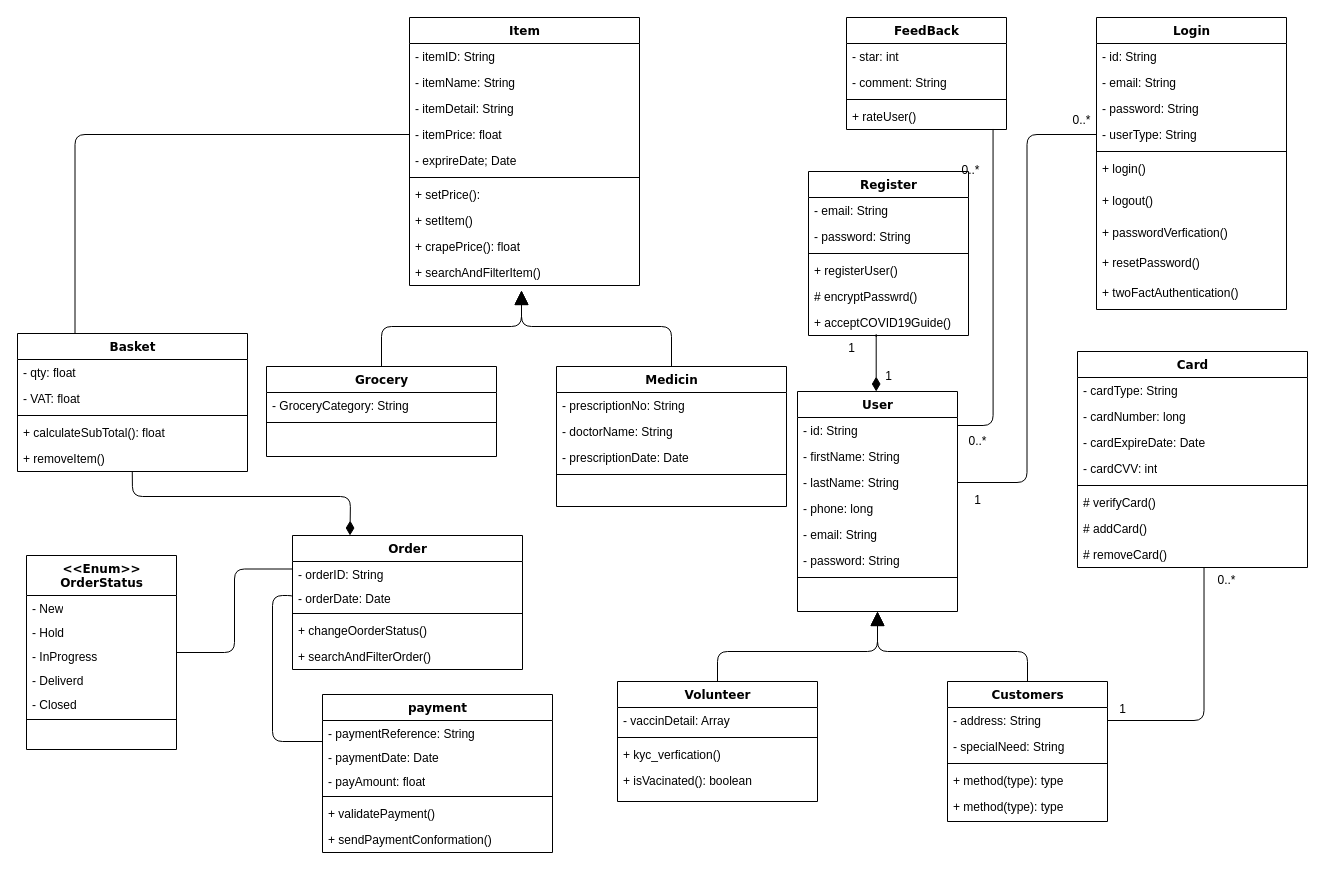
This is Soft40091 CWK - Class Diagram.drawio from AnjeloM/AnjeloM, a draw.io file, before an edit. Source tidied: cells renumbered, new cells numbered last; positions are measured from the earlier drawing's top-left corner, leaving out a move shared by most shapes. Both pictures are drawn from the tidied source at 100%, with x=0, y=0 at pixel (17, 17).
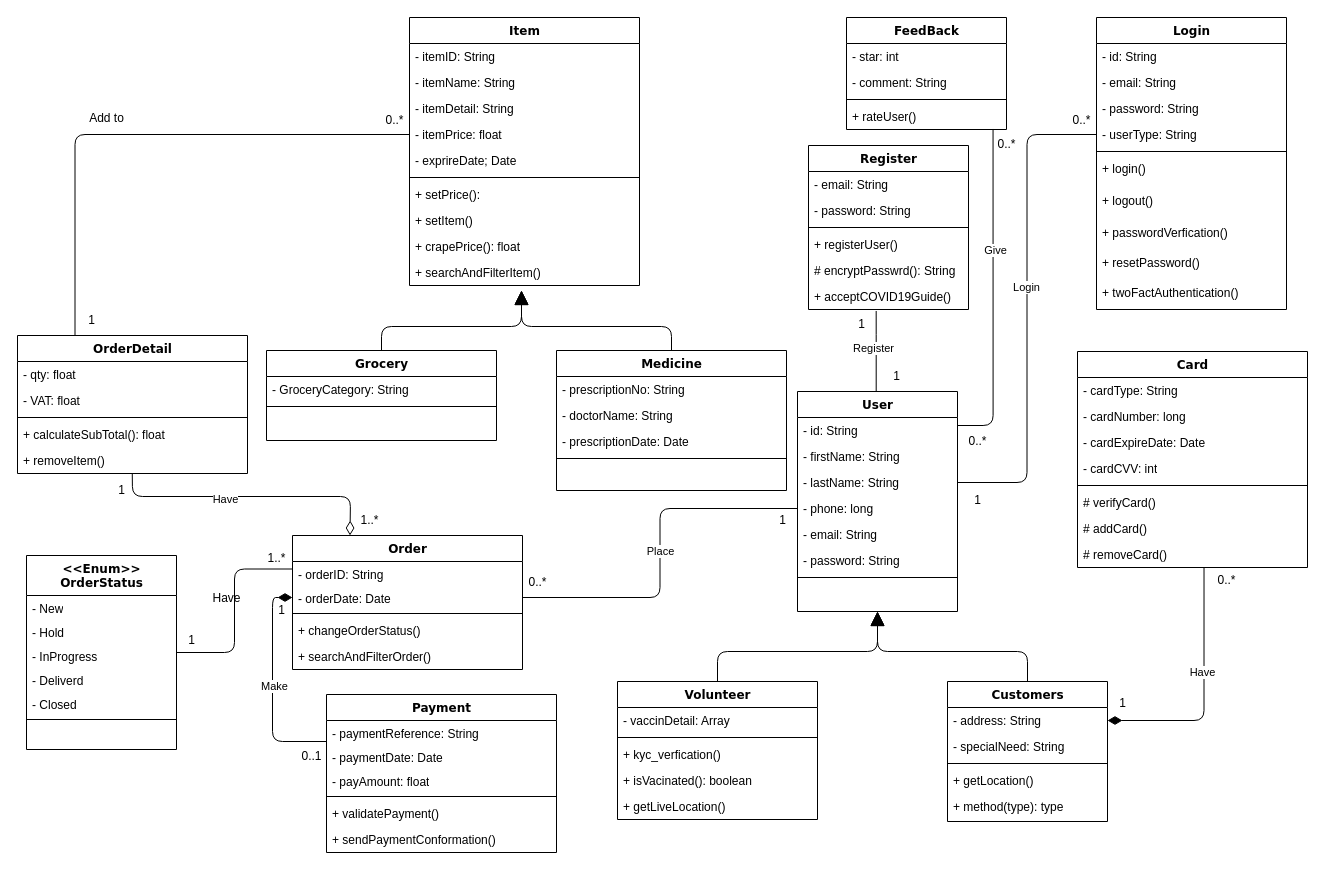
The same diagram, later.

The change refers to these unchanged cells:
```xml
<mxCell id="2" value="User" style="swimlane;html=1;fontStyle=1;align=center;verticalAlign=top;horizontal=1;startSize=26;swimlaneFillColor=#ffffff;rounded=0;shadow=0;comic=0;labelBackgroundColor=none;strokeWidth=1;fillColor=none;fontFamily=Verdana;fontSize=12;" parent="1" vertex="1">
  <mxGeometry x="780" y="374" width="160" height="220" as="geometry" />
</mxCell>
<mxCell id="6" value="- phone: long" style="text;html=1;strokeColor=none;fillColor=none;align=left;verticalAlign=top;spacingLeft=4;spacingRight=4;whiteSpace=wrap;overflow=hidden;points=[[0,0.5],[1,0.5]];portConstraint=eastwest;" parent="2" vertex="1">
  <mxGeometry y="104" width="160" height="26" as="geometry" />
</mxCell>
<mxCell id="11" value="Customers" style="swimlane;html=1;fontStyle=1;align=center;verticalAlign=top;horizontal=1;startSize=26;swimlaneFillColor=#ffffff;rounded=0;shadow=0;comic=0;labelBackgroundColor=none;strokeWidth=1;fillColor=none;fontFamily=Verdana;fontSize=12;" parent="1" vertex="1">
  <mxGeometry x="930" y="664" width="160" height="140" as="geometry" />
</mxCell>
<mxCell id="12" value="- address: String" style="text;html=1;strokeColor=none;fillColor=none;align=left;verticalAlign=top;spacingLeft=4;spacingRight=4;whiteSpace=wrap;overflow=hidden;points=[[0,0.5],[1,0.5]];portConstraint=eastwest;" parent="11" vertex="1">
  <mxGeometry y="26" width="160" height="26" as="geometry" />
</mxCell>
<mxCell id="49" value="+ acceptCOVID19Guide()" style="text;html=1;strokeColor=none;fillColor=none;align=left;verticalAlign=top;spacingLeft=4;spacingRight=4;whiteSpace=wrap;overflow=hidden;points=[[0,0.5],[1,0.5]];portConstraint=eastwest;" parent="43" vertex="1">
  <mxGeometry y="138" width="160" height="26" as="geometry" />
</mxCell>
<mxCell id="79" value="+ removeItem()" style="text;html=1;strokeColor=none;fillColor=none;align=left;verticalAlign=top;spacingLeft=4;spacingRight=4;whiteSpace=wrap;overflow=hidden;points=[[0,0.5],[1,0.5]];portConstraint=eastwest;" parent="74" vertex="1">
  <mxGeometry y="112" width="230" height="26" as="geometry" />
</mxCell>
<mxCell id="80" value="Order" style="swimlane;html=1;fontStyle=1;align=center;verticalAlign=top;horizontal=1;startSize=26;swimlaneFillColor=#ffffff;rounded=0;shadow=0;comic=0;labelBackgroundColor=none;strokeWidth=1;fillColor=none;fontFamily=Verdana;fontSize=12;" parent="1" vertex="1">
  <mxGeometry x="275" y="518" width="230" height="134" as="geometry" />
</mxCell>
<mxCell id="82" value="- orderDate: Date" style="text;html=1;strokeColor=none;fillColor=none;align=left;verticalAlign=top;spacingLeft=4;spacingRight=4;whiteSpace=wrap;overflow=hidden;points=[[0,0.5],[1,0.5]];portConstraint=eastwest;" parent="80" vertex="1">
  <mxGeometry y="50" width="230" height="24" as="geometry" />
</mxCell>
<mxCell id="109" style="edgeStyle=orthogonalEdgeStyle;rounded=1;jettySize=auto;html=1;entryX=1;entryY=0.5;entryDx=0;entryDy=0;endArrow=none;endFill=0;curved=0;" parent="1" edge="1" source="21" target="5">
  <mxGeometry relative="1" as="geometry" />
</mxCell>
<mxCell id="110" style="edgeStyle=orthogonalEdgeStyle;rounded=1;jettySize=auto;html=1;entryX=0.916;entryY=0.98;entryDx=0;entryDy=0;entryPerimeter=0;endArrow=none;endFill=0;curved=0;" parent="1" edge="1" source="2" target="108">
  <mxGeometry relative="1" as="geometry">
    <Array as="points">
      <mxPoint x="976" y="408" />
    </Array>
  </mxGeometry>
</mxCell>
<mxCell id="120" value="0..*" style="text;html=1;align=center;verticalAlign=middle;points=[];strokeColor=none;fillColor=none;" parent="1" vertex="1">
  <mxGeometry x="1189" y="548" width="40" height="30" as="geometry" />
</mxCell>
```

What changed in the source:
```diff
@@
-    <mxCell id="15" value="+ method(type): type" style="text;html=1;strokeColor=none;fillColor=none;align=left;verticalAlign=top;spacingLeft=4;spacingRight=4;whiteSpace=wrap;overflow=hidden;" parent="11" vertex="1">
+    <mxCell id="15" value="+ getLocation()" style="text;html=1;strokeColor=none;fillColor=none;align=left;verticalAlign=top;spacingLeft=4;spacingRight=4;whiteSpace=wrap;overflow=hidden;" parent="11" vertex="1">
       <mxGeometry y="86" width="160" height="26" as="geometry" />
     </mxCell>
@@
     <mxCell id="29" value="Volunteer" style="swimlane;html=1;fontStyle=1;align=center;verticalAlign=top;horizontal=1;startSize=26;swimlaneFillColor=#ffffff;rounded=0;shadow=0;comic=0;labelBackgroundColor=none;strokeWidth=1;fillColor=none;fontFamily=Verdana;fontSize=12;" parent="1" vertex="1">
-      <mxGeometry x="600" y="664" width="200" height="120" as="geometry" />
+      <mxGeometry x="600" y="664" width="200" height="138" as="geometry" />
     </mxCell>
@@
+    <mxCell id="121" value="+ getLiveLocation()" style="text;html=1;strokeColor=none;fillColor=none;align=left;verticalAlign=top;spacingLeft=4;spacingRight=4;whiteSpace=wrap;overflow=hidden;" parent="29" vertex="1">
+      <mxGeometry y="112" width="200" height="26" as="geometry" />
+    </mxCell>
@@
     <mxCell id="43" value="Register" style="swimlane;html=1;fontStyle=1;align=center;verticalAlign=top;horizontal=1;startSize=26;swimlaneFillColor=#ffffff;rounded=0;shadow=0;comic=0;labelBackgroundColor=none;strokeWidth=1;fillColor=none;fontFamily=Verdana;fontSize=12;" parent="1" vertex="1">
-      <mxGeometry x="791" y="154" width="160" height="164" as="geometry" />
+      <mxGeometry x="791" y="128" width="160" height="164" as="geometry" />
     </mxCell>
@@
-    <mxCell id="48" value="# encryptPasswrd()" style="text;html=1;strokeColor=none;fillColor=none;align=left;verticalAlign=top;spacingLeft=4;spacingRight=4;whiteSpace=wrap;overflow=hidden;" parent="43" vertex="1">
+    <mxCell id="48" value="# encryptPasswrd(): String" style="text;html=1;strokeColor=none;fillColor=none;align=left;verticalAlign=top;spacingLeft=4;spacingRight=4;whiteSpace=wrap;overflow=hidden;" parent="43" vertex="1">
       <mxGeometry y="112" width="160" height="26" as="geometry" />
     </mxCell>
@@
-    <mxCell id="50" style="edgeStyle=orthogonalEdgeStyle;rounded=1;jettySize=auto;html=1;endArrow=none;endFill=0;startSize=12;endSize=12;startArrow=none;startFill=0;curved=0;entryX=-0.062;entryY=0.073;entryDx=0;entryDy=0;entryPerimeter=0;" parent="1" edge="1" source="12" target="120">
+    <mxCell id="50" style="edgeStyle=orthogonalEdgeStyle;rounded=1;jettySize=auto;html=1;endArrow=none;endFill=0;startSize=12;endSize=12;startArrow=diamondThin;startFill=1;curved=0;entryX=-0.062;entryY=0.073;entryDx=0;entryDy=0;entryPerimeter=0;" parent="1" edge="1" source="12" target="120">
       <mxGeometry relative="1" as="geometry">
         <Array as="points">
           <mxPoint x="1187" y="703" />
         </Array>
       </mxGeometry>
     </mxCell>
+    <mxCell id="122" value="Have" style="edgeLabel;html=1;align=center;verticalAlign=middle;" parent="50" vertex="1">
+      <mxGeometry x="0.16" y="2" relative="1" as="geometry" />
+    </mxCell>
@@
-    <mxCell id="63" value="Medicin" style="swimlane;html=1;fontStyle=1;align=center;verticalAlign=top;horizontal=1;startSize=26;swimlaneFillColor=#ffffff;rounded=0;shadow=0;comic=0;labelBackgroundColor=none;strokeWidth=1;fillColor=none;fontFamily=Verdana;fontSize=12;" parent="1" vertex="1">
-      <mxGeometry x="539" y="349" width="230" height="140" as="geometry" />
+    <mxCell id="63" value="Medicine" style="swimlane;html=1;fontStyle=1;align=center;verticalAlign=top;horizontal=1;startSize=26;swimlaneFillColor=#ffffff;rounded=0;shadow=0;comic=0;labelBackgroundColor=none;strokeWidth=1;fillColor=none;fontFamily=Verdana;fontSize=12;" parent="1" vertex="1">
+      <mxGeometry x="539" y="333" width="230" height="140" as="geometry" />
     </mxCell>
@@
     <mxCell id="69" value="Grocery" style="swimlane;html=1;fontStyle=1;align=center;verticalAlign=top;horizontal=1;startSize=26;swimlaneFillColor=#ffffff;rounded=0;shadow=0;comic=0;labelBackgroundColor=none;strokeWidth=1;fillColor=none;fontFamily=Verdana;fontSize=12;" parent="1" vertex="1">
-      <mxGeometry x="249" y="349" width="230" height="90" as="geometry" />
+      <mxGeometry x="249" y="333" width="230" height="90" as="geometry" />
     </mxCell>
@@
-    <mxCell id="74" value="Basket" style="swimlane;html=1;fontStyle=1;align=center;verticalAlign=top;horizontal=1;startSize=26;swimlaneFillColor=#ffffff;rounded=0;shadow=0;comic=0;labelBackgroundColor=none;strokeWidth=1;fillColor=none;fontFamily=Verdana;fontSize=12;" parent="1" vertex="1">
-      <mxGeometry y="316" width="230" height="138" as="geometry" />
+    <mxCell id="74" value="OrderDetail" style="swimlane;html=1;fontStyle=1;align=center;verticalAlign=top;horizontal=1;startSize=26;swimlaneFillColor=#ffffff;rounded=0;shadow=0;comic=0;labelBackgroundColor=none;strokeWidth=1;fillColor=none;fontFamily=Verdana;fontSize=12;" parent="1" vertex="1">
+      <mxGeometry y="318" width="230" height="138" as="geometry" />
     </mxCell>
@@
-    <mxCell id="84" value="+ changeOorderStatus()" style="text;html=1;strokeColor=none;fillColor=none;align=left;verticalAlign=top;spacingLeft=4;spacingRight=4;whiteSpace=wrap;overflow=hidden;" parent="80" vertex="1">
+    <mxCell id="84" value="+ changeOrderStatus()" style="text;html=1;strokeColor=none;fillColor=none;align=left;verticalAlign=top;spacingLeft=4;spacingRight=4;whiteSpace=wrap;overflow=hidden;" parent="80" vertex="1">
       <mxGeometry y="82" width="230" height="26" as="geometry" />
     </mxCell>
@@
-    <mxCell id="86" style="rounded=1;jettySize=auto;html=1;entryX=0.25;entryY=0;entryDx=0;entryDy=0;endArrow=diamondThin;endFill=1;endSize=12;startSize=12;exitX=0.499;exitY=1.004;exitDx=0;exitDy=0;exitPerimeter=0;curved=0;" parent="1" edge="1" source="79" target="80">
+    <mxCell id="86" style="rounded=1;jettySize=auto;html=1;entryX=0.25;entryY=0;entryDx=0;entryDy=0;endArrow=diamondThin;endFill=0;endSize=12;startSize=12;exitX=0.499;exitY=1.004;exitDx=0;exitDy=0;exitPerimeter=0;curved=0;" parent="1" edge="1" source="79" target="80">
       <mxGeometry relative="1" as="geometry">
         <Array as="points">
           <mxPoint x="115" y="479" />
           <mxPoint x="333" y="479" />
         </Array>
       </mxGeometry>
     </mxCell>
+    <mxCell id="123" value="Have" style="edgeLabel;html=1;align=center;verticalAlign=middle;" parent="86" vertex="1">
+      <mxGeometry x="-0.18" y="-2" relative="1" as="geometry" />
+    </mxCell>
@@
-    <mxCell id="96" style="edgeStyle=orthogonalEdgeStyle;rounded=1;jettySize=auto;html=1;entryX=0;entryY=0.5;entryDx=0;entryDy=0;endArrow=none;endFill=0;curved=0;" parent="1" edge="1" source="97" target="82">
+    <mxCell id="96" style="edgeStyle=orthogonalEdgeStyle;rounded=1;jettySize=auto;html=1;entryX=0;entryY=0.5;entryDx=0;entryDy=0;endArrow=diamondThin;endFill=1;curved=0;endSize=12;startSize=12;" parent="1" edge="1" source="97" target="82">
       <mxGeometry relative="1" as="geometry">
         <Array as="points">
           <mxPoint x="255" y="724" />
-          <mxPoint x="255" y="578" />
-          <mxPoint x="275" y="578" />
+          <mxPoint x="255" y="580" />
         </Array>
       </mxGeometry>
     </mxCell>
+    <mxCell id="124" value="Make" style="edgeLabel;html=1;align=center;verticalAlign=middle;" parent="96" vertex="1">
+      <mxGeometry x="0.01" y="-1" relative="1" as="geometry" />
+    </mxCell>
-    <mxCell id="97" value="payment" style="swimlane;html=1;fontStyle=1;align=center;verticalAlign=top;horizontal=1;startSize=26;swimlaneFillColor=#ffffff;rounded=0;shadow=0;comic=0;labelBackgroundColor=none;strokeWidth=1;fillColor=none;fontFamily=Verdana;fontSize=12;" parent="1" vertex="1">
-      <mxGeometry x="305" y="677" width="230" height="158" as="geometry" />
+    <mxCell id="97" value="Payment" style="swimlane;html=1;fontStyle=1;align=center;verticalAlign=top;horizontal=1;startSize=26;swimlaneFillColor=#ffffff;rounded=0;shadow=0;comic=0;labelBackgroundColor=none;strokeWidth=1;fillColor=none;fontFamily=Verdana;fontSize=12;" parent="1" vertex="1">
+      <mxGeometry x="309" y="677" width="230" height="158" as="geometry" />
     </mxCell>
@@
+    <mxCell id="125" value="Login" style="edgeLabel;html=1;align=center;verticalAlign=middle;" parent="109" vertex="1">
+      <mxGeometry x="-0.09" y="-1" relative="1" as="geometry" />
+    </mxCell>
@@
+    <mxCell id="126" value="Give" style="edgeLabel;html=1;align=center;verticalAlign=middle;" parent="110" vertex="1">
+      <mxGeometry x="0.27" y="-2" relative="1" as="geometry" />
+    </mxCell>
-    <mxCell id="111" style="edgeStyle=orthogonalEdgeStyle;rounded=0;jettySize=auto;html=1;entryX=0.423;entryY=1.057;entryDx=0;entryDy=0;entryPerimeter=0;endArrow=none;endFill=0;endSize=12;startArrow=diamondThin;startFill=1;startSize=12;" parent="1" edge="1" source="2" target="49">
+    <mxCell id="111" style="edgeStyle=orthogonalEdgeStyle;rounded=0;jettySize=auto;html=1;entryX=0.423;entryY=1.057;entryDx=0;entryDy=0;entryPerimeter=0;endArrow=none;endFill=0;endSize=12;startArrow=none;startFill=0;startSize=12;" parent="1" edge="1" source="2" target="49">
       <mxGeometry relative="1" as="geometry">
         <Array as="points">
           <mxPoint x="859" y="317" />
         </Array>
       </mxGeometry>
     </mxCell>
+    <mxCell id="127" value="Register" style="edgeLabel;html=1;align=center;verticalAlign=middle;" parent="111" vertex="1">
+      <mxGeometry x="0.32" y="1" relative="1" as="geometry">
+        <mxPoint x="-2" y="9" as="offset" />
+      </mxGeometry>
+    </mxCell>
@@
     <mxCell id="113" value="1" style="text;html=1;align=center;verticalAlign=middle;strokeColor=none;fillColor=none;" parent="1" vertex="1">
-      <mxGeometry x="819" y="316" width="30" height="30" as="geometry" />
+      <mxGeometry x="829" y="292" width="30" height="30" as="geometry" />
     </mxCell>
     <mxCell id="114" value="1" style="text;html=1;align=center;verticalAlign=middle;strokeColor=none;fillColor=none;" parent="1" vertex="1">
-      <mxGeometry x="856" y="344" width="30" height="30" as="geometry" />
+      <mxGeometry x="864" y="344" width="30" height="30" as="geometry" />
     </mxCell>
     <mxCell id="115" value="0..*" style="text;html=1;align=center;verticalAlign=middle;strokeColor=none;fillColor=none;" parent="1" vertex="1">
-      <mxGeometry x="933" y="138" width="40" height="30" as="geometry" />
+      <mxGeometry x="969" y="112" width="40" height="30" as="geometry" />
     </mxCell>
@@
     <mxCell id="119" value="1" style="text;html=1;align=center;verticalAlign=middle;strokeColor=none;fillColor=none;" parent="1" vertex="1">
-      <mxGeometry x="1090" y="677" width="30" height="30" as="geometry" />
+      <mxGeometry x="1090" y="671" width="30" height="30" as="geometry" />
     </mxCell>
@@
+    <mxCell id="128" value="1..*" style="text;html=1;align=center;verticalAlign=middle;strokeColor=none;fillColor=none;" parent="1" vertex="1">
+      <mxGeometry x="239" y="526" width="40" height="30" as="geometry" />
+    </mxCell>
+    <mxCell id="129" value="1" style="text;html=1;align=center;verticalAlign=middle;strokeColor=none;fillColor=none;" parent="1" vertex="1">
+      <mxGeometry x="159" y="608" width="30" height="30" as="geometry" />
+    </mxCell>
+    <mxCell id="130" value="1" style="text;html=1;align=center;verticalAlign=middle;strokeColor=none;fillColor=none;" parent="1" vertex="1">
+      <mxGeometry x="249" y="578" width="30" height="30" as="geometry" />
+    </mxCell>
+    <mxCell id="131" value="0..1" style="text;html=1;align=center;verticalAlign=middle;strokeColor=none;fillColor=none;" parent="1" vertex="1">
+      <mxGeometry x="274" y="724" width="40" height="30" as="geometry" />
+    </mxCell>
+    <mxCell id="132" style="edgeStyle=orthogonalEdgeStyle;rounded=1;jettySize=auto;html=1;entryX=1;entryY=0.5;entryDx=0;entryDy=0;curved=0;endArrow=none;endFill=0;endSize=12;" parent="1" edge="1" source="6" target="82">
+      <mxGeometry relative="1" as="geometry" />
+    </mxCell>
+    <mxCell id="133" value="Place" style="edgeLabel;html=1;align=center;verticalAlign=middle;" parent="132" vertex="1">
+      <mxGeometry x="-0.01" relative="1" as="geometry" />
+    </mxCell>
+    <mxCell id="134" value="Add to" style="text;html=1;align=center;verticalAlign=middle;strokeColor=none;fillColor=none;" parent="1" vertex="1">
+      <mxGeometry x="59" y="86" width="60" height="30" as="geometry" />
+    </mxCell>
+    <mxCell id="135" value="1" style="text;html=1;align=center;verticalAlign=middle;strokeColor=none;fillColor=none;" parent="1" vertex="1">
+      <mxGeometry x="750" y="488" width="30" height="30" as="geometry" />
+    </mxCell>
+    <mxCell id="136" value="Have" style="text;html=1;align=center;verticalAlign=middle;strokeColor=none;fillColor=none;" parent="1" vertex="1">
+      <mxGeometry x="184" y="566" width="50" height="30" as="geometry" />
+    </mxCell>
+    <mxCell id="137" value="0..*" style="text;html=1;align=center;verticalAlign=middle;strokeColor=none;fillColor=none;" parent="1" vertex="1">
+      <mxGeometry x="357" y="88" width="40" height="30" as="geometry" />
+    </mxCell>
+    <mxCell id="138" value="1" style="text;html=1;align=center;verticalAlign=middle;strokeColor=none;fillColor=none;" parent="1" vertex="1">
+      <mxGeometry x="59" y="288" width="30" height="30" as="geometry" />
+    </mxCell>
+    <mxCell id="139" value="1" style="text;html=1;align=center;verticalAlign=middle;strokeColor=none;fillColor=none;" parent="1" vertex="1">
+      <mxGeometry x="89" y="458" width="30" height="30" as="geometry" />
+    </mxCell>
+    <mxCell id="140" value="1..*" style="text;html=1;align=center;verticalAlign=middle;strokeColor=none;fillColor=none;" parent="1" vertex="1">
+      <mxGeometry x="332" y="488" width="40" height="30" as="geometry" />
+    </mxCell>
+    <mxCell id="141" value="0..*" style="text;html=1;align=center;verticalAlign=middle;strokeColor=none;fillColor=none;" parent="1" vertex="1">
+      <mxGeometry x="500" y="550" width="40" height="30" as="geometry" />
+    </mxCell>
```
